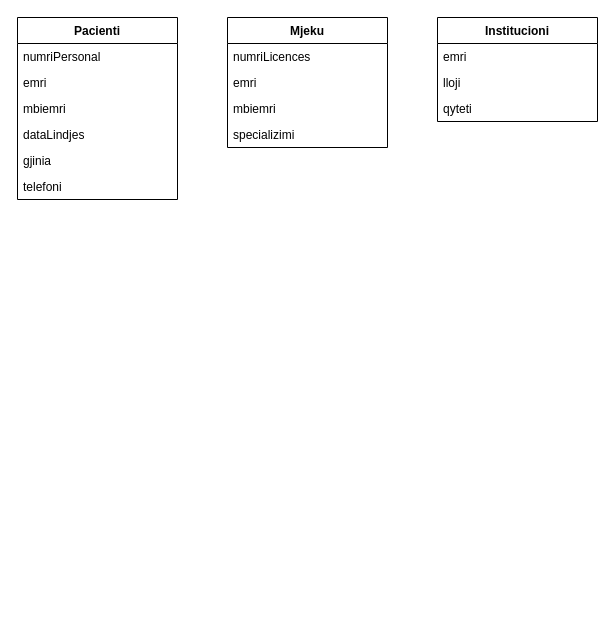
The draw.io diagram docs/ModeliKonceptual.drawio in blendaarama/eKartela, before the edit. Source tidied: cells renumbered, new cells numbered last; positions are measured from the earlier drawing's top-left corner, leaving out a move shared by most shapes. Both pictures are drawn from the tidied source at 100%, with x=0, y=0 at pixel (17, 17).
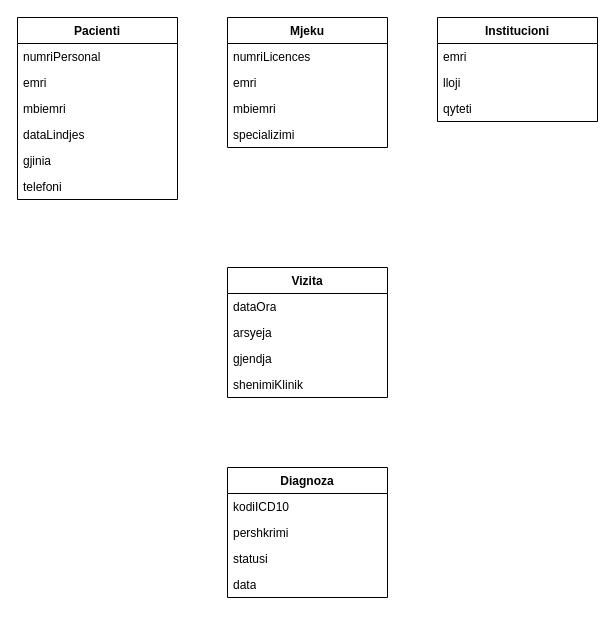
Above is the later version.

Commit message (it also covers changes not shown here):
Shtova klasat Vizita dhe Diagnoza në modelin konceptual

Change to the diagram source:
```diff
@@
+    <mxCell id="18" value="Vizita" style="swimlane;fontStyle=1;align=center;verticalAlign=top;horizontal=1;startSize=26;whiteSpace=wrap;html=1;" parent="1" vertex="1">
+      <mxGeometry x="210" y="250" width="160" height="130" as="geometry" />
+    </mxCell>
+    <mxCell id="19" value="dataOra" style="text;strokeColor=none;fillColor=none;align=left;verticalAlign=top;spacingLeft=4;spacingRight=4;overflow=hidden;whiteSpace=wrap;html=1;" parent="18" vertex="1">
+      <mxGeometry y="26" width="160" height="26" as="geometry" />
+    </mxCell>
+    <mxCell id="20" value="arsyeja" style="text;strokeColor=none;fillColor=none;align=left;verticalAlign=top;spacingLeft=4;spacingRight=4;overflow=hidden;whiteSpace=wrap;html=1;" parent="18" vertex="1">
+      <mxGeometry y="52" width="160" height="26" as="geometry" />
+    </mxCell>
+    <mxCell id="21" value="gjendja" style="text;strokeColor=none;fillColor=none;align=left;verticalAlign=top;spacingLeft=4;spacingRight=4;overflow=hidden;whiteSpace=wrap;html=1;" parent="18" vertex="1">
+      <mxGeometry y="78" width="160" height="26" as="geometry" />
+    </mxCell>
+    <mxCell id="22" value="shenimiKlinik" style="text;strokeColor=none;fillColor=none;align=left;verticalAlign=top;spacingLeft=4;spacingRight=4;overflow=hidden;whiteSpace=wrap;html=1;" parent="18" vertex="1">
+      <mxGeometry y="104" width="160" height="26" as="geometry" />
+    </mxCell>
+    <mxCell id="23" value="Diagnoza" style="swimlane;fontStyle=1;align=center;verticalAlign=top;horizontal=1;startSize=26;whiteSpace=wrap;html=1;" parent="1" vertex="1">
+      <mxGeometry x="210" y="450" width="160" height="130" as="geometry" />
+    </mxCell>
+    <mxCell id="24" value="kodiICD10" style="text;strokeColor=none;fillColor=none;align=left;verticalAlign=top;spacingLeft=4;spacingRight=4;overflow=hidden;whiteSpace=wrap;html=1;" parent="23" vertex="1">
+      <mxGeometry y="26" width="160" height="26" as="geometry" />
+    </mxCell>
+    <mxCell id="25" value="pershkrimi" style="text;strokeColor=none;fillColor=none;align=left;verticalAlign=top;spacingLeft=4;spacingRight=4;overflow=hidden;whiteSpace=wrap;html=1;" parent="23" vertex="1">
+      <mxGeometry y="52" width="160" height="26" as="geometry" />
+    </mxCell>
+    <mxCell id="26" value="statusi" style="text;strokeColor=none;fillColor=none;align=left;verticalAlign=top;spacingLeft=4;spacingRight=4;overflow=hidden;whiteSpace=wrap;html=1;" parent="23" vertex="1">
+      <mxGeometry y="78" width="160" height="26" as="geometry" />
+    </mxCell>
+    <mxCell id="27" value="data" style="text;strokeColor=none;fillColor=none;align=left;verticalAlign=top;spacingLeft=4;spacingRight=4;overflow=hidden;whiteSpace=wrap;html=1;" parent="23" vertex="1">
+      <mxGeometry y="104" width="160" height="26" as="geometry" />
+    </mxCell>
```
